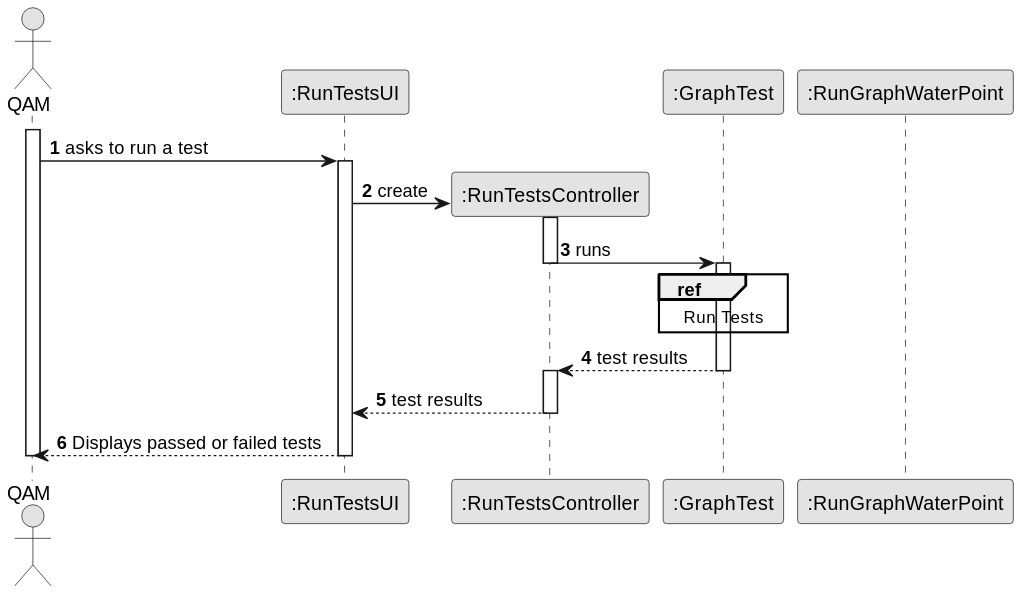
Before: docs/sprintB/us014/03.design/svg/us014-sequence-diagram-full.svg, a diagram exported from PlantUML (ricardomm7/leaflink).
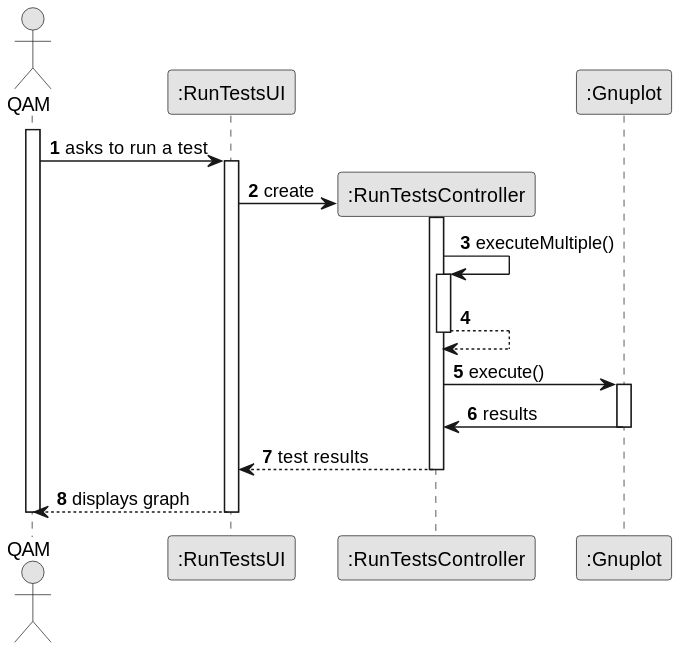
The same diagram one commit later.

The edit, as a diff of the source:
```diff
@@ -9,8 +9,8 @@
 actor "QAM" as QAM
 participant ":RunTestsUI" as UI
 participant ":RunTestsController" as CTRL
-participant ":GraphTest" as Test
-participant ":RunGraphWaterPoint" as RunGraphWP
+participant ":Gnuplot" as Gnuplot
+
 activate QAM
 
         QAM -> UI : asks to run a test
@@ -21,28 +21,20 @@
             UI -> CTRL** : create
             activate CTRL
 
-                CTRL -> Test : runs
+                CTRL -> CTRL : executeMultiple()
+                activate CTRL
+                CTRL --> CTRL
                 deactivate CTRL
-                activate Test
-
-                    ref over Test
-                                            Run Tests
-                                       end
-
-
-
-
-                Test --> CTRL : test results
-                deactivate  Test
-
-                activate CTRL
-            deactivate Test
+                CTRL -> Gnuplot : execute()
+                activate Gnuplot
+                Gnuplot -> CTRL : results
+                deactivate Gnuplot
 
             CTRL --> UI : test results
 
         deactivate CTRL
 
-    UI --> QAM : Displays passed or failed tests
+    UI --> QAM : displays graph
     deactivate UI
 deactivate QAM
 @enduml
```
